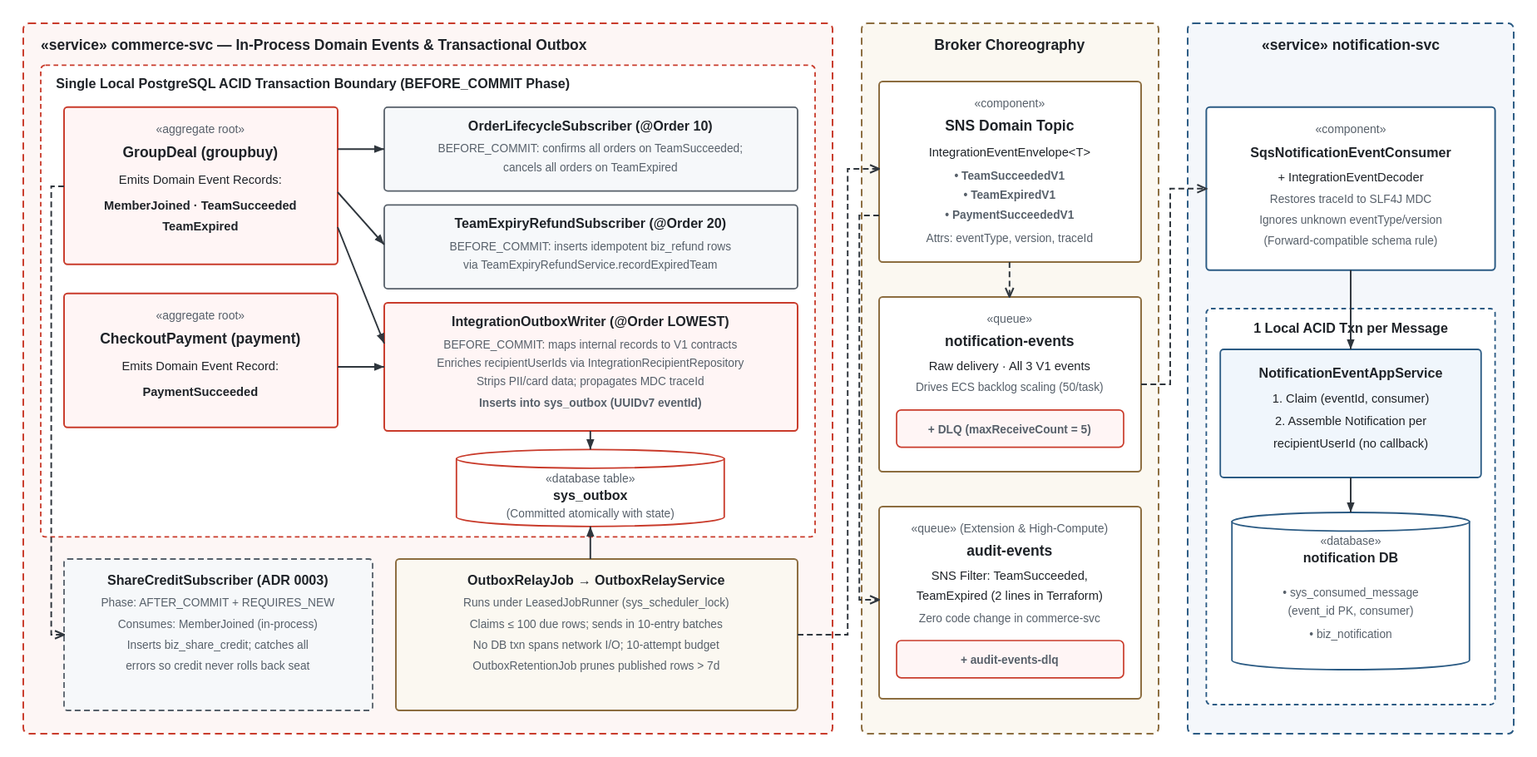
Above: docs/swe5001/report/diagrams/d8-domain-events.svg in PPsyrius/iss-groupbuy-team8 (PlantUML), before the change. Its source is kept beside it as docs/swe5001/report/diagrams/d8-domain-events.puml.
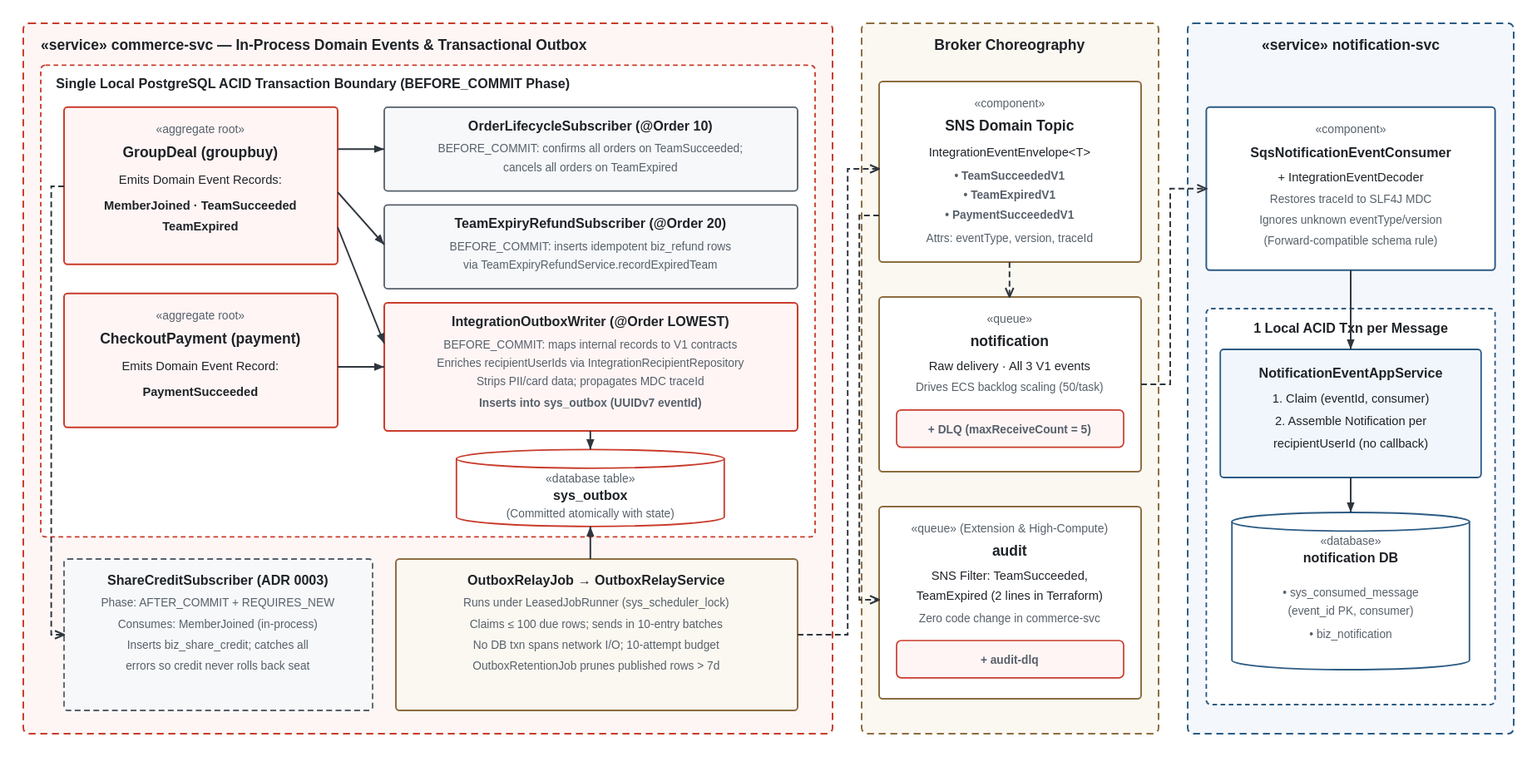
Later version of the same file.

Change to the diagram source:
```diff
@@ -21,8 +21,8 @@
 
 package "Broker Topology (Choreography)" #FFF6E2 {
   [Message Broker Topic (SNS)\nPublished Language: IntegrationEventEnvelope<T>\nTeamSucceededV1 · TeamExpiredV1 · PaymentSucceededV1] <<component>> as Topic
-  [notification-events Queue\n+ DLQ (maxReceiveCount = 5)] <<component>> as NotifQ
-  [audit-events Queue\n+ DLQ (Filter: TeamSucceeded, TeamExpired)] <<component>> as AuditQ
+  [notification Queue\n+ DLQ (maxReceiveCount = 5)] <<component>> as NotifQ
+  [audit Queue\n+ DLQ (Filter: TeamSucceeded, TeamExpired)] <<component>> as AuditQ
 }
 
 package "«service» notification-svc (Consumer Assembly)" #F1F4FD {
```
